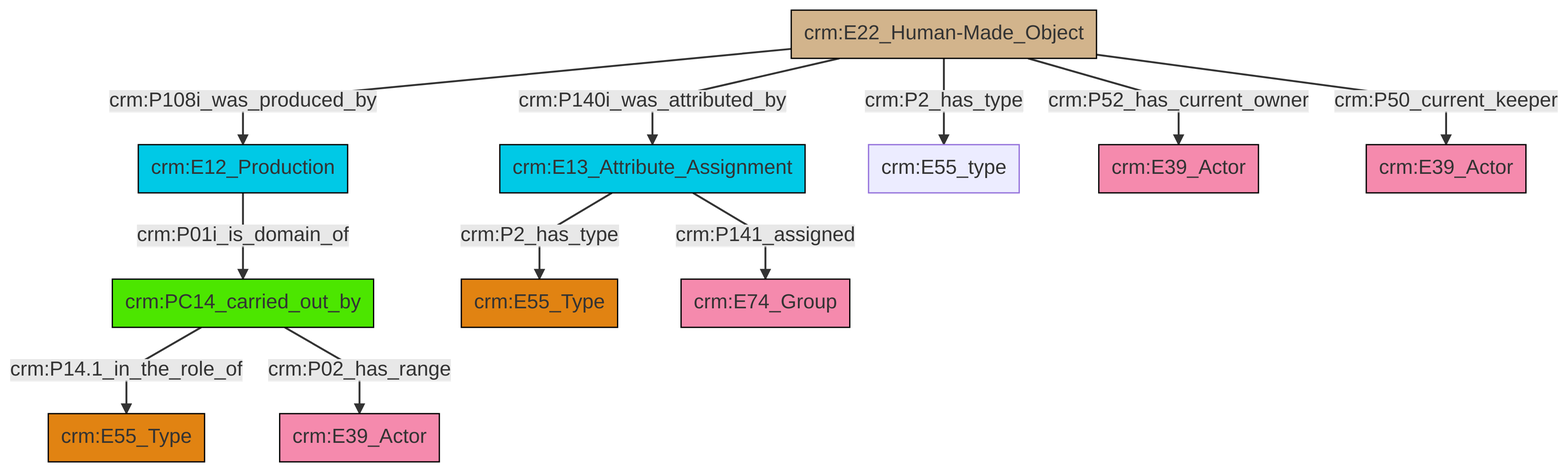
Above: et/artworkCSV/ttl/mmd/png/Artwork_Actor_Relations.png in swiss-art-research-net/reference-data-models (Mermaid), before the change. Its source is kept beside it as et/artworkCSV/ttl/mmd/Artwork_Actor_Relations.ttl.mmd.
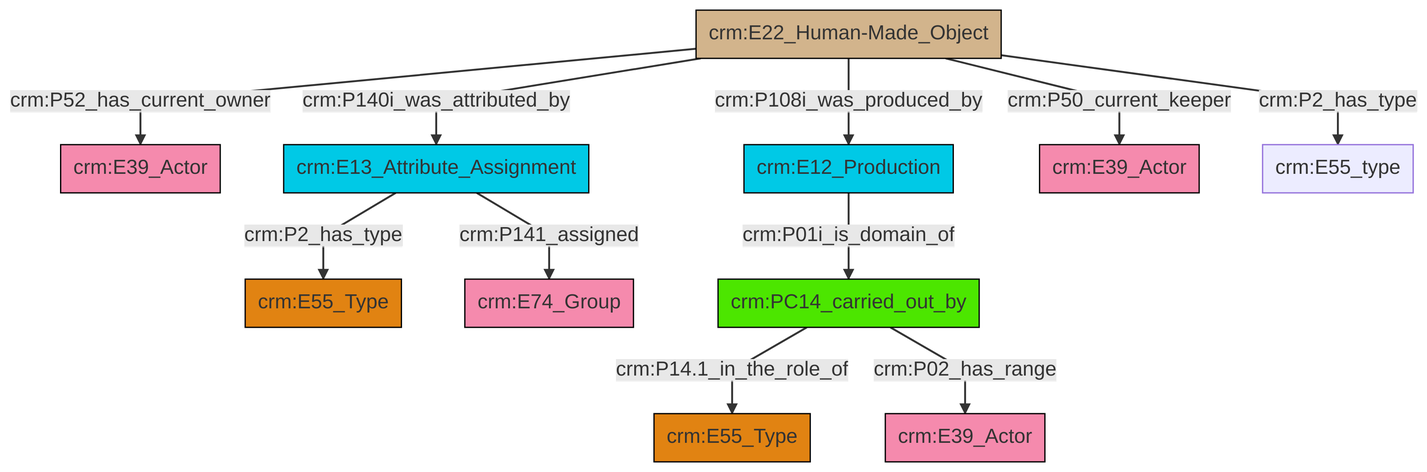
The same diagram one commit later.

The edit, as a diff of the source:
```diff
@@ -13,13 +13,13 @@
 classDef PC_Classes fill:#4ce600, stroke:#000000;
 classDef Multi fill:#cccccc,stroke:#000000;
 
-4["crm:E12_Production"]:::Temporal_Entity -->|crm:P01i_is_domain_of| 0["crm:PC14_carried_out_by"]:::PC_Classes
-2["crm:E13_Attribute_Assignment"]:::Temporal_Entity -->|crm:P2_has_type| 5["crm:E55_Type"]:::Type
-8["crm:E22_Human-Made_Object"]:::Physical_Thing -->|crm:P2_has_type| 9["crm:E55_type"]:::Default
-8["crm:E22_Human-Made_Object"]:::Physical_Thing -->|crm:P108i_was_produced_by| 4["crm:E12_Production"]:::Temporal_Entity
-2["crm:E13_Attribute_Assignment"]:::Temporal_Entity -->|crm:P141_assigned| 11["crm:E74_Group"]:::Actor
-0["crm:PC14_carried_out_by"]:::PC_Classes -->|crm:P14.1_in_the_role_of| 6["crm:E55_Type"]:::Type
-8["crm:E22_Human-Made_Object"]:::Physical_Thing -->|crm:P52_has_current_owner| 13["crm:E39_Actor"]:::Actor
-0["crm:PC14_carried_out_by"]:::PC_Classes -->|crm:P02_has_range| 15["crm:E39_Actor"]:::Actor
-8["crm:E22_Human-Made_Object"]:::Physical_Thing -->|crm:P50_current_keeper| 17["crm:E39_Actor"]:::Actor
-8["crm:E22_Human-Made_Object"]:::Physical_Thing -->|crm:P140i_was_attributed_by| 2["crm:E13_Attribute_Assignment"]:::Temporal_Entity
+4["crm:E22_Human-Made_Object"]:::Physical_Thing -->|crm:P140i_was_attributed_by| 6["crm:E13_Attribute_Assignment"]:::Temporal_Entity
+4["crm:E22_Human-Made_Object"]:::Physical_Thing -->|crm:P50_current_keeper| 11["crm:E39_Actor"]:::Actor
+4["crm:E22_Human-Made_Object"]:::Physical_Thing -->|crm:P108i_was_produced_by| 9["crm:E12_Production"]:::Temporal_Entity
+6["crm:E13_Attribute_Assignment"]:::Temporal_Entity -->|crm:P2_has_type| 0["crm:E55_Type"]:::Type
+6["crm:E13_Attribute_Assignment"]:::Temporal_Entity -->|crm:P141_assigned| 7["crm:E74_Group"]:::Actor
+4["crm:E22_Human-Made_Object"]:::Physical_Thing -->|crm:P52_has_current_owner| 2["crm:E39_Actor"]:::Actor
+9["crm:E12_Production"]:::Temporal_Entity -->|crm:P01i_is_domain_of| 16["crm:PC14_carried_out_by"]:::PC_Classes
+4["crm:E22_Human-Made_Object"]:::Physical_Thing -->|crm:P2_has_type| 14["crm:E55_type"]:::Default
+16["crm:PC14_carried_out_by"]:::PC_Classes -->|crm:P14.1_in_the_role_of| 17["crm:E55_Type"]:::Type
+16["crm:PC14_carried_out_by"]:::PC_Classes -->|crm:P02_has_range| 19["crm:E39_Actor"]:::Actor
```
